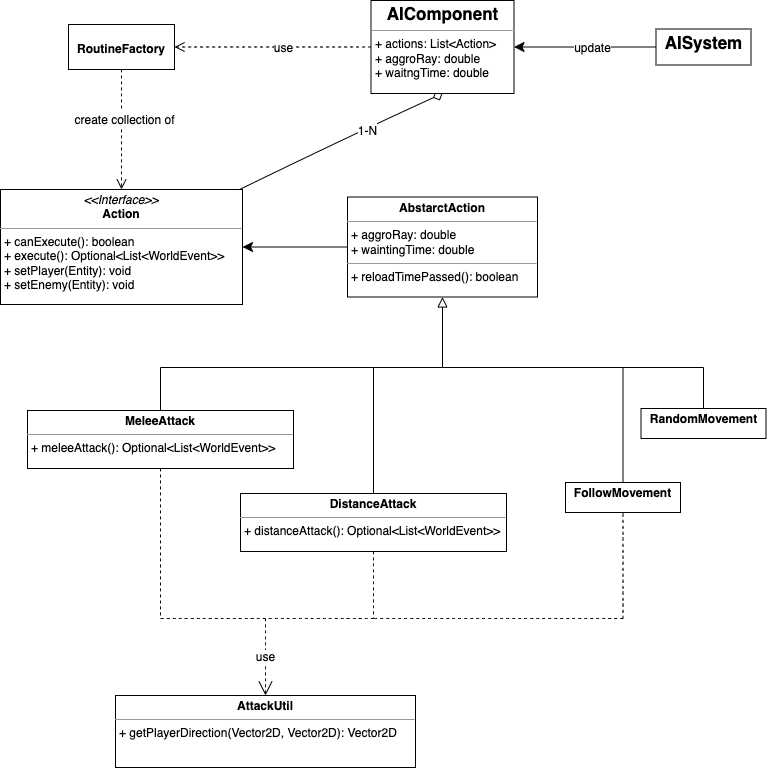
Above: latex/uml/UML_AI_Image.png in LorenzoPrati/OOP22-dim-hol (draw.io), before the change. Source tidied: cells renumbered, new cells last; positions are measured from the earlier drawing's top-left corner, leaving out a move shared by most shapes.
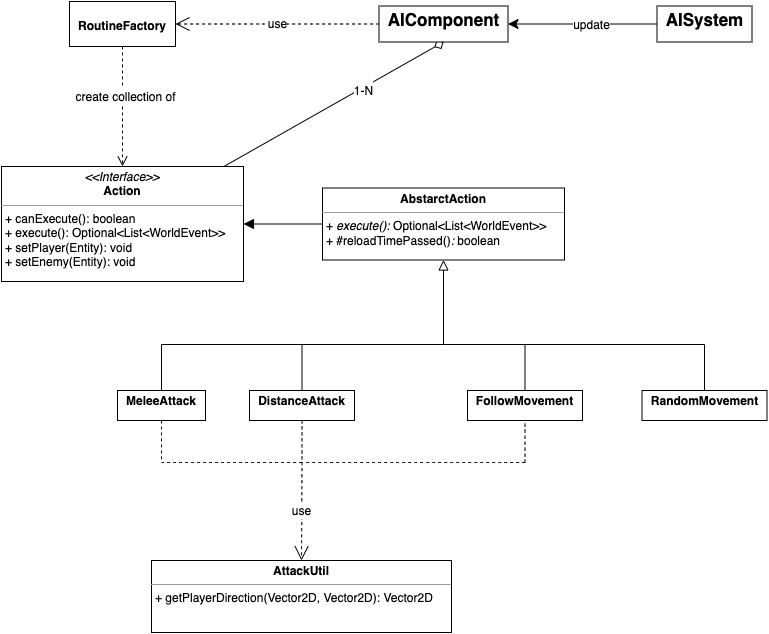
Later version of the same file.

Change to the diagram source:
```diff
@@ -2,12 +2,8 @@
   <root>
     <mxCell id="0" />
     <mxCell id="1" parent="0" />
-    <mxCell id="2" style="edgeStyle=none;curved=1;rounded=0;jettySize=auto;html=1;entryX=0.5;entryY=1;entryDx=0;entryDy=0;fontSize=12;startSize=8;endSize=8;endArrow=diamond;endFill=0;" parent="1" edge="1" source="4" target="42">
-      <mxGeometry relative="1" as="geometry">
-        <Array as="points">
-          <mxPoint x="350" y="135" />
-        </Array>
-      </mxGeometry>
+    <mxCell id="2" style="edgeStyle=none;rounded=0;jettySize=auto;html=1;entryX=0.5;entryY=1;entryDx=0;entryDy=0;fontSize=12;startSize=8;endSize=8;endArrow=diamond;endFill=0;strokeColor=default;" parent="1" edge="1" source="4" target="42">
+      <mxGeometry relative="1" as="geometry" />
     </mxCell>
     <mxCell id="3" value="&lt;font style=&quot;font-size: 12px;&quot;&gt;1-N&lt;/font&gt;" style="edgeLabel;html=1;align=center;verticalAlign=middle;fontSize=16;" parent="2" vertex="1">
       <mxGeometry x="0.26" y="-2" relative="1" as="geometry" />
@@ -15,37 +11,35 @@
     <mxCell id="4" value="&lt;p style=&quot;margin:0px;margin-top:4px;text-align:center;&quot;&gt;&lt;i&gt;&amp;lt;&amp;lt;Interface&amp;gt;&amp;gt;&lt;/i&gt;&lt;br&gt;&lt;b&gt;Action&lt;/b&gt;&lt;/p&gt;&lt;hr size=&quot;1&quot;&gt;&lt;p style=&quot;margin:0px;margin-left:4px;&quot;&gt;+ canExecute(): boolean&lt;br&gt;+ execute():&amp;nbsp;Optional&amp;lt;List&amp;lt;WorldEvent&amp;gt;&amp;gt;&lt;br&gt;&lt;/p&gt;&lt;p style=&quot;margin:0px;margin-left:4px;&quot;&gt;+ setPlayer(Entity): void&lt;/p&gt;&lt;p style=&quot;margin:0px;margin-left:4px;&quot;&gt;+ setEnemy(Entity): void&lt;/p&gt;" style="verticalAlign=top;align=left;overflow=fill;fontSize=12;fontFamily=Helvetica;html=1;whiteSpace=wrap;rounded=0;" parent="1" vertex="1">
       <mxGeometry y="189" width="242" height="115" as="geometry" />
     </mxCell>
-    <mxCell id="5" style="edgeStyle=none;curved=1;rounded=0;jettySize=auto;html=1;fontSize=12;startSize=8;endSize=8;entryX=1;entryY=0.5;entryDx=0;entryDy=0;" parent="1" edge="1" source="6" target="4">
+    <mxCell id="5" style="edgeStyle=none;curved=1;rounded=0;jettySize=auto;html=1;fontSize=12;startSize=8;endSize=8;entryX=1;entryY=0.5;entryDx=0;entryDy=0;endArrow=block;endFill=1;" parent="1" edge="1" source="6" target="4">
       <mxGeometry relative="1" as="geometry" />
     </mxCell>
-    <mxCell id="6" value="&lt;p style=&quot;margin:0px;margin-top:4px;text-align:center;&quot;&gt;&lt;b&gt;AbstarctAction&lt;/b&gt;&lt;/p&gt;&lt;hr size=&quot;1&quot;&gt;&lt;p style=&quot;margin:0px;margin-left:4px;&quot;&gt;+ aggroRay: double&lt;br&gt;+ waintingTime: double&lt;br&gt;&lt;/p&gt;&lt;hr size=&quot;1&quot;&gt;&lt;p style=&quot;margin:0px;margin-left:4px;&quot;&gt;+ reloadTimePassed(): boolean&lt;/p&gt;" style="verticalAlign=top;align=left;overflow=fill;fontSize=12;fontFamily=Helvetica;html=1;whiteSpace=wrap;" parent="1" vertex="1">
-      <mxGeometry x="347" y="196.5" width="190" height="100" as="geometry" />
+    <mxCell id="6" value="&lt;p style=&quot;margin:0px;margin-top:4px;text-align:center;&quot;&gt;&lt;b&gt;AbstarctAction&lt;/b&gt;&lt;/p&gt;&lt;hr size=&quot;1&quot;&gt;&lt;p style=&quot;margin:0px;margin-left:4px;&quot;&gt;+&lt;i&gt; execute():&amp;nbsp;&lt;/i&gt;Optional&amp;lt;List&amp;lt;WorldEvent&amp;gt;&amp;gt;&lt;br&gt;&lt;/p&gt;&lt;p style=&quot;margin:0px;margin-left:4px;&quot;&gt;+&lt;i&gt;&amp;nbsp;&lt;/i&gt;#reloadTimePassed()&lt;i&gt;: &lt;/i&gt;boolean&lt;/p&gt;" style="verticalAlign=top;align=left;overflow=fill;fontSize=12;fontFamily=Helvetica;html=1;whiteSpace=wrap;" parent="1" vertex="1">
+      <mxGeometry x="321" y="210.5" width="242" height="72" as="geometry" />
     </mxCell>
     <mxCell id="7" style="edgeStyle=none;curved=1;rounded=0;jettySize=auto;html=1;entryX=0.7;entryY=1.05;entryDx=0;entryDy=0;entryPerimeter=0;fontSize=12;startSize=8;endSize=8;endArrow=none;endFill=0;" parent="1" edge="1" source="8" target="16">
       <mxGeometry relative="1" as="geometry" />
     </mxCell>
-    <mxCell id="8" value="&lt;p style=&quot;margin:0px;margin-top:4px;text-align:center;&quot;&gt;&lt;b&gt;MeleeAttack&lt;/b&gt;&lt;/p&gt;&lt;hr size=&quot;1&quot;&gt;&lt;p style=&quot;margin:0px;margin-left:4px;&quot;&gt;+ meleeAttack():&amp;nbsp;Optional&amp;lt;List&amp;lt;WorldEvent&amp;gt;&amp;gt;&lt;/p&gt;" style="verticalAlign=top;align=left;overflow=fill;fontSize=12;fontFamily=Helvetica;html=1;whiteSpace=wrap;" parent="1" vertex="1">
-      <mxGeometry x="27" y="410" width="266" height="58" as="geometry" />
+    <mxCell id="8" value="&lt;p style=&quot;margin:0px;margin-top:4px;text-align:center;&quot;&gt;&lt;b&gt;MeleeAttack&lt;/b&gt;&lt;/p&gt;" style="verticalAlign=top;align=left;overflow=fill;fontSize=12;fontFamily=Helvetica;html=1;whiteSpace=wrap;" parent="1" vertex="1">
+      <mxGeometry x="116" y="413" width="88" height="30" as="geometry" />
     </mxCell>
     <mxCell id="9" style="edgeStyle=none;curved=1;rounded=0;jettySize=auto;html=1;entryX=0.65;entryY=0.95;entryDx=0;entryDy=0;entryPerimeter=0;fontSize=12;startSize=8;endSize=8;endArrow=none;endFill=0;" parent="1" edge="1" source="10" target="21">
       <mxGeometry relative="1" as="geometry" />
     </mxCell>
     <mxCell id="10" value="&lt;p style=&quot;margin:0px;margin-top:4px;text-align:center;&quot;&gt;&lt;b&gt;RandomMovement&lt;/b&gt;&lt;/p&gt;" style="verticalAlign=top;align=left;overflow=fill;fontSize=12;fontFamily=Helvetica;html=1;whiteSpace=wrap;" parent="1" vertex="1">
-      <mxGeometry x="640.5" y="408" width="125" height="30" as="geometry" />
+      <mxGeometry x="640.5" y="413" width="125" height="30" as="geometry" />
     </mxCell>
     <mxCell id="11" style="edgeStyle=none;curved=1;rounded=0;jettySize=auto;html=1;entryX=0.8;entryY=0.6;entryDx=0;entryDy=0;entryPerimeter=0;fontSize=12;startSize=8;endSize=8;endArrow=none;endFill=0;" parent="1" edge="1" source="12" target="18">
       <mxGeometry relative="1" as="geometry" />
     </mxCell>
-    <mxCell id="12" value="&lt;p style=&quot;margin:0px;margin-top:4px;text-align:center;&quot;&gt;&lt;b&gt;DistanceAttack&lt;/b&gt;&lt;/p&gt;&lt;hr size=&quot;1&quot;&gt;&lt;p style=&quot;margin:0px;margin-left:4px;&quot;&gt;+ distanceAttack():&amp;nbsp;Optional&amp;lt;List&amp;lt;WorldEvent&amp;gt;&amp;gt;&lt;/p&gt;" style="verticalAlign=top;align=left;overflow=fill;fontSize=12;fontFamily=Helvetica;html=1;whiteSpace=wrap;" parent="1" vertex="1">
-      <mxGeometry x="240" y="493" width="266" height="58" as="geometry" />
+    <mxCell id="12" value="&lt;p style=&quot;margin:0px;margin-top:4px;text-align:center;&quot;&gt;&lt;b&gt;DistanceAttack&lt;/b&gt;&lt;/p&gt;" style="verticalAlign=top;align=left;overflow=fill;fontSize=12;fontFamily=Helvetica;html=1;whiteSpace=wrap;" parent="1" vertex="1">
+      <mxGeometry x="248" y="413" width="105" height="30" as="geometry" />
     </mxCell>
-    <mxCell id="13" style="edgeStyle=none;curved=1;rounded=0;jettySize=auto;html=1;entryX=0.625;entryY=0.95;entryDx=0;entryDy=0;entryPerimeter=0;fontSize=12;startSize=8;endSize=8;endArrow=none;endFill=0;" parent="1" edge="1" source="14">
-      <mxGeometry relative="1" as="geometry">
-        <mxPoint x="622.5" y="367" as="targetPoint" />
-      </mxGeometry>
+    <mxCell id="13" style="edgeStyle=none;curved=1;rounded=0;jettySize=auto;html=1;fontSize=12;startSize=8;endSize=8;endArrow=none;endFill=0;entryX=0.775;entryY=0.75;entryDx=0;entryDy=0;entryPerimeter=0;" parent="1" edge="1" source="14" target="20">
+      <mxGeometry relative="1" as="geometry" />
     </mxCell>
     <mxCell id="14" value="&lt;p style=&quot;margin:0px;margin-top:4px;text-align:center;&quot;&gt;&lt;b&gt;FollowMovement&lt;/b&gt;&lt;/p&gt;" style="verticalAlign=top;align=left;overflow=fill;fontSize=12;fontFamily=Helvetica;html=1;whiteSpace=wrap;" parent="1" vertex="1">
-      <mxGeometry x="565" y="482" width="115" height="30" as="geometry" />
+      <mxGeometry x="466" y="413" width="115" height="30" as="geometry" />
     </mxCell>
     <mxCell id="15" style="edgeStyle=none;curved=1;rounded=0;jettySize=auto;html=1;fontSize=12;startSize=8;endSize=8;endArrow=none;endFill=0;" parent="1" edge="1" source="16" target="18">
       <mxGeometry relative="1" as="geometry" />
@@ -57,13 +51,13 @@
       <mxGeometry relative="1" as="geometry" />
     </mxCell>
     <mxCell id="18" style="shape=waypoint;sketch=0;size=6;points=[];fillColor=none;perimeter=centerPerimeter;snapToPoint=1;fontSize=16;strokeColor=none;" parent="1" vertex="1">
-      <mxGeometry x="363" y="357" width="20" height="20" as="geometry" />
+      <mxGeometry x="290.5" y="357" width="20" height="20" as="geometry" />
     </mxCell>
     <mxCell id="19" style="edgeStyle=none;curved=1;rounded=0;jettySize=auto;html=1;fontSize=12;startSize=8;endSize=8;endArrow=none;endFill=0;" parent="1" edge="1" source="20" target="21">
       <mxGeometry relative="1" as="geometry" />
     </mxCell>
     <mxCell id="20" style="shape=waypoint;sketch=0;size=6;points=[];fillColor=none;perimeter=centerPerimeter;snapToPoint=1;fontSize=16;strokeColor=none;" parent="1" vertex="1">
-      <mxGeometry x="612.5" y="357" width="20" height="20" as="geometry" />
+      <mxGeometry x="513.5" y="357" width="20" height="20" as="geometry" />
     </mxCell>
     <mxCell id="21" style="shape=waypoint;sketch=0;size=6;points=[];fillColor=none;perimeter=centerPerimeter;snapToPoint=1;fontSize=16;strokeColor=none;" parent="1" vertex="1">
       <mxGeometry x="693" y="357" width="20" height="20" as="geometry" />
@@ -80,22 +74,19 @@
       </mxGeometry>
     </mxCell>
     <mxCell id="25" value="&lt;p style=&quot;margin:0px;margin-top:4px;text-align:center;&quot;&gt;&lt;b&gt;AttackUtil&lt;/b&gt;&lt;/p&gt;&lt;hr size=&quot;1&quot;&gt;&lt;p style=&quot;margin:0px;margin-left:4px;&quot;&gt;+ getPlayerDirection(Vector2D, Vector2D):&amp;nbsp;Vector2D&lt;/p&gt;&lt;p style=&quot;margin:0px;margin-left:4px;&quot;&gt;&lt;br&gt;&lt;/p&gt;" style="verticalAlign=top;align=left;overflow=fill;fontSize=12;fontFamily=Helvetica;html=1;whiteSpace=wrap;" parent="1" vertex="1">
-      <mxGeometry x="115" y="695" width="300" height="72" as="geometry" />
+      <mxGeometry x="150" y="583" width="300" height="72" as="geometry" />
     </mxCell>
-    <mxCell id="26" value="use" style="endArrow=open;endSize=12;dashed=1;html=1;rounded=0;fontSize=12;curved=1;entryX=0.5;entryY=0;entryDx=0;entryDy=0;exitX=0.5;exitY=0.75;exitDx=0;exitDy=0;exitPerimeter=0;" parent="1" edge="1" source="27" target="25">
+    <mxCell id="26" value="use" style="endArrow=open;endSize=12;dashed=1;html=1;rounded=0;fontSize=12;curved=1;entryX=0.5;entryY=0;entryDx=0;entryDy=0;exitX=0.275;exitY=0.8;exitDx=0;exitDy=0;exitPerimeter=0;" parent="1" edge="1" source="29" target="25">
       <mxGeometry relative="1" as="geometry" />
     </mxCell>
-    <mxCell id="27" style="shape=waypoint;sketch=0;size=6;points=[];fillColor=none;perimeter=centerPerimeter;snapToPoint=1;fontSize=16;strokeColor=none;" parent="1" vertex="1">
-      <mxGeometry x="255" y="608" width="20" height="20" as="geometry" />
-    </mxCell>
     <mxCell id="28" style="shape=waypoint;sketch=0;size=6;points=[];fillColor=none;perimeter=centerPerimeter;snapToPoint=1;fontSize=16;strokeColor=none;" parent="1" vertex="1">
-      <mxGeometry x="150" y="608" width="20" height="20" as="geometry" />
+      <mxGeometry x="150" y="475" width="20" height="20" as="geometry" />
     </mxCell>
     <mxCell id="29" style="shape=waypoint;sketch=0;size=6;points=[];fillColor=none;perimeter=centerPerimeter;snapToPoint=1;fontSize=16;strokeColor=none;" parent="1" vertex="1">
-      <mxGeometry x="363" y="608" width="20" height="20" as="geometry" />
+      <mxGeometry x="290.5" y="475" width="20" height="20" as="geometry" />
     </mxCell>
     <mxCell id="30" style="shape=waypoint;sketch=0;size=6;points=[];fillColor=none;perimeter=centerPerimeter;snapToPoint=1;fontSize=16;strokeColor=none;" parent="1" vertex="1">
-      <mxGeometry x="612.5" y="608" width="20" height="20" as="geometry" />
+      <mxGeometry x="513.5" y="475" width="20" height="20" as="geometry" />
     </mxCell>
     <mxCell id="31" style="endArrow=none;dashed=1;html=1;rounded=0;fontSize=12;startSize=8;endSize=8;curved=1;entryX=0.5;entryY=1;entryDx=0;entryDy=0;exitX=0.275;exitY=0.4;exitDx=0;exitDy=0;exitPerimeter=0;" parent="1" edge="1" source="30" target="14">
       <mxGeometry relative="1" as="geometry" />
@@ -103,10 +94,7 @@
     <mxCell id="32" style="endArrow=none;dashed=1;html=1;rounded=0;fontSize=12;startSize=8;endSize=8;curved=1;entryX=0.7;entryY=0.55;entryDx=0;entryDy=0;exitX=0.375;exitY=0.75;exitDx=0;exitDy=0;exitPerimeter=0;entryPerimeter=0;" parent="1" edge="1" source="30" target="29">
       <mxGeometry relative="1" as="geometry" />
     </mxCell>
-    <mxCell id="33" style="endArrow=none;dashed=1;html=1;rounded=0;fontSize=12;startSize=8;endSize=8;curved=1;exitX=0.05;exitY=0.85;exitDx=0;exitDy=0;exitPerimeter=0;" parent="1" edge="1" source="29" target="27">
-      <mxGeometry relative="1" as="geometry" />
-    </mxCell>
-    <mxCell id="34" style="endArrow=none;dashed=1;html=1;rounded=0;fontSize=12;startSize=8;endSize=8;curved=1;exitX=0.8;exitY=0.9;exitDx=0;exitDy=0;exitPerimeter=0;entryX=0.7;entryY=0.7;entryDx=0;entryDy=0;entryPerimeter=0;" parent="1" edge="1" source="27" target="28">
+    <mxCell id="34" style="endArrow=none;dashed=1;html=1;rounded=0;fontSize=12;startSize=8;endSize=8;curved=1;exitX=0.275;exitY=0.6;exitDx=0;exitDy=0;exitPerimeter=0;entryX=0.7;entryY=0.7;entryDx=0;entryDy=0;entryPerimeter=0;" parent="1" edge="1" source="29" target="28">
       <mxGeometry relative="1" as="geometry" />
     </mxCell>
     <mxCell id="35" style="endArrow=none;dashed=1;html=1;rounded=0;fontSize=12;startSize=8;endSize=8;curved=1;exitX=0.5;exitY=1;exitDx=0;exitDy=0;entryX=0.75;entryY=0.55;entryDx=0;entryDy=0;entryPerimeter=0;" parent="1" edge="1" source="8" target="28">
@@ -128,16 +116,8 @@
     <mxCell id="39" value="&lt;p style=&quot;margin:0px;margin-top:4px;text-align:center;&quot;&gt;&lt;br&gt;&lt;b&gt;RoutineFactory&lt;/b&gt;&lt;/p&gt;" style="verticalAlign=top;align=left;overflow=fill;fontSize=12;fontFamily=Helvetica;html=1;whiteSpace=wrap;" parent="1" vertex="1">
       <mxGeometry x="68" y="24" width="106" height="45" as="geometry" />
     </mxCell>
-    <mxCell id="40" style="edgeStyle=none;curved=1;rounded=0;jettySize=auto;html=1;entryX=1;entryY=0.5;entryDx=0;entryDy=0;fontSize=12;startSize=8;endSize=8;dashed=1;endArrow=open;endFill=0;" parent="1" edge="1" source="42" target="39">
-      <mxGeometry relative="1" as="geometry" />
-    </mxCell>
-    <mxCell id="41" value="&lt;font style=&quot;font-size: 12px;&quot;&gt;use&lt;/font&gt;" style="edgeLabel;html=1;align=center;verticalAlign=middle;fontSize=16;" parent="40" vertex="1">
-      <mxGeometry x="-0.1" relative="1" as="geometry">
-        <mxPoint x="1" as="offset" />
-      </mxGeometry>
-    </mxCell>
-    <mxCell id="42" value="&lt;p style=&quot;margin:0px;margin-top:4px;text-align:center;&quot;&gt;&lt;b&gt;&lt;font style=&quot;font-size: 17px;&quot;&gt;AIComponent&lt;/font&gt;&lt;/b&gt;&lt;/p&gt;&lt;hr size=&quot;1&quot;&gt;&lt;p style=&quot;margin:0px;margin-left:4px;&quot;&gt;+ actions&lt;span style=&quot;background-color: initial;&quot;&gt;: List&amp;lt;Action&amp;gt;&lt;/span&gt;&lt;/p&gt;&lt;p style=&quot;margin:0px;margin-left:4px;&quot;&gt;&lt;span style=&quot;background-color: initial;&quot;&gt;+ aggroRay: double&lt;/span&gt;&lt;/p&gt;&lt;p style=&quot;margin:0px;margin-left:4px;&quot;&gt;&lt;span style=&quot;background-color: initial;&quot;&gt;+ waitngTime: double&lt;/span&gt;&lt;/p&gt;" style="verticalAlign=top;align=left;overflow=fill;fontSize=12;fontFamily=Helvetica;html=1;whiteSpace=wrap;" parent="1" vertex="1">
-      <mxGeometry x="370.5" width="143" height="93" as="geometry" />
+    <mxCell id="42" value="&lt;p style=&quot;margin:0px;margin-top:4px;text-align:center;&quot;&gt;&lt;b&gt;&lt;font style=&quot;font-size: 17px;&quot;&gt;AIComponent&lt;/font&gt;&lt;/b&gt;&lt;/p&gt;" style="verticalAlign=top;align=left;overflow=fill;fontSize=12;fontFamily=Helvetica;html=1;whiteSpace=wrap;" parent="1" vertex="1">
+      <mxGeometry x="377.5" y="28.5" width="129" height="36" as="geometry" />
     </mxCell>
     <mxCell id="43" style="edgeStyle=none;curved=1;rounded=0;jettySize=auto;html=1;entryX=1;entryY=0.5;entryDx=0;entryDy=0;fontSize=12;startSize=8;endSize=8;" parent="1" edge="1" source="45" target="42">
       <mxGeometry relative="1" as="geometry" />
@@ -150,5 +130,8 @@
     <mxCell id="45" value="&lt;p style=&quot;margin:0px;margin-top:4px;text-align:center;&quot;&gt;&lt;b&gt;&lt;font style=&quot;font-size: 17px;&quot;&gt;AISystem&lt;/font&gt;&lt;/b&gt;&lt;/p&gt;" style="verticalAlign=top;align=left;overflow=fill;fontSize=12;fontFamily=Helvetica;html=1;whiteSpace=wrap;" parent="1" vertex="1">
       <mxGeometry x="655.5" y="28.5" width="95" height="36" as="geometry" />
     </mxCell>
+    <mxCell id="41" value="use" style="endArrow=open;endSize=12;dashed=1;html=1;rounded=0;fontSize=12;curved=1;exitX=0;exitY=0.5;exitDx=0;exitDy=0;entryX=1;entryY=0.5;entryDx=0;entryDy=0;" parent="1" edge="1" source="42" target="39">
+      <mxGeometry relative="1" as="geometry" />
+    </mxCell>
   </root>
 </mxGraphModel>
```
